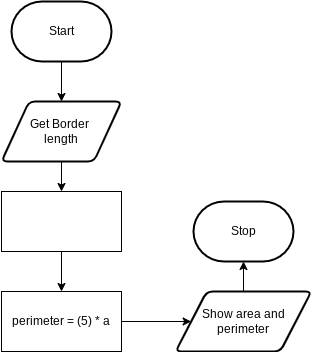
Above: design/flowchart.png in Emmanuel-Fofeyin/ICS3U-assignment1-Python (draw.io), before the change. Source tidied: cells renumbered, new cells last; positions are measured from the earlier drawing's top-left corner, leaving out a move shared by most shapes.
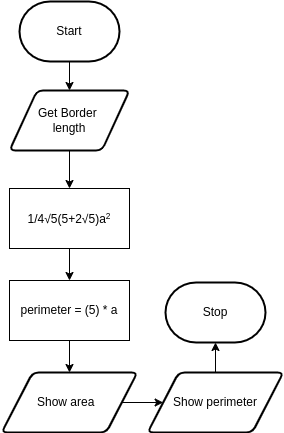
Later version of the same file.

Diff of the diagram source:
```diff
@@ -6,34 +6,40 @@
       <mxGeometry relative="1" as="geometry" />
     </mxCell>
     <mxCell id="3" value="Start" style="strokeWidth=2;html=1;shape=mxgraph.flowchart.terminator;whiteSpace=wrap;" parent="1" vertex="1">
-      <mxGeometry x="10" width="100" height="60" as="geometry" />
+      <mxGeometry x="10" y="11" width="100" height="60" as="geometry" />
     </mxCell>
-    <mxCell id="4" style="edgeStyle=none;html=1;" parent="1" edge="1" source="5" target="7">
+    <mxCell id="4" style="edgeStyle=none;html=1;entryX=0.5;entryY=0;entryDx=0;entryDy=0;" parent="1" edge="1" source="5" target="14">
       <mxGeometry relative="1" as="geometry" />
     </mxCell>
     <mxCell id="5" value="Get Border &lt;br&gt;length" style="shape=parallelogram;html=1;strokeWidth=2;perimeter=parallelogramPerimeter;whiteSpace=wrap;rounded=1;arcSize=12;size=0.23;" parent="1" vertex="1">
       <mxGeometry y="100" width="120" height="60" as="geometry" />
     </mxCell>
-    <mxCell id="6" style="edgeStyle=none;html=1;entryX=0.5;entryY=0;entryDx=0;entryDy=0;" parent="1" edge="1" source="7" target="9">
+    <mxCell id="6" style="edgeStyle=none;html=1;entryX=0.5;entryY=0;entryDx=0;entryDy=0;exitX=0.5;exitY=1;exitDx=0;exitDy=0;" parent="1" edge="1" source="14" target="9">
       <mxGeometry relative="1" as="geometry" />
     </mxCell>
-    <mxCell id="7" value="&lt;font color=&quot;#ffffff&quot;&gt;Area=&lt;br&gt;1/4&lt;span style=&quot;font-family: &amp;#34;arial&amp;#34; , sans-serif ; text-align: left&quot;&gt;√5(5+1)&lt;/span&gt;&lt;/font&gt;&lt;span style=&quot;color: rgb(255 , 255 , 255) ; font-family: &amp;#34;arial&amp;#34; , sans-serif ; text-align: left&quot;&gt;√5a&lt;sup&gt;2&lt;/sup&gt;&lt;/span&gt;" style="rounded=0;whiteSpace=wrap;html=1;" parent="1" vertex="1">
-      <mxGeometry y="190" width="120" height="60" as="geometry" />
-    </mxCell>
-    <mxCell id="8" style="edgeStyle=none;html=1;entryX=0;entryY=0.5;entryDx=0;entryDy=0;" parent="1" edge="1" source="9" target="11">
-      <mxGeometry relative="1" as="geometry" />
-    </mxCell>
+    <mxCell id="13" style="edgeStyle=none;html=1;entryX=0.5;entryY=0;entryDx=0;entryDy=0;" parent="1" edge="1" source="9" target="16">
+      <mxGeometry relative="1" as="geometry" />
+    </mxCell>
     <mxCell id="9" value="&lt;span&gt;perimeter = (5) * a&lt;/span&gt;" style="rounded=0;whiteSpace=wrap;html=1;" parent="1" vertex="1">
       <mxGeometry y="290" width="120" height="60" as="geometry" />
     </mxCell>
-    <mxCell id="10" style="edgeStyle=none;html=1;entryX=0.5;entryY=1;entryDx=0;entryDy=0;entryPerimeter=0;" parent="1" edge="1" source="11" target="12">
-      <mxGeometry relative="1" as="geometry" />
-    </mxCell>
-    <mxCell id="11" value="Show area and perimeter" style="shape=parallelogram;html=1;strokeWidth=2;perimeter=parallelogramPerimeter;whiteSpace=wrap;rounded=1;arcSize=12;size=0.23;" parent="1" vertex="1">
-      <mxGeometry x="174" y="290" width="136" height="60" as="geometry" />
-    </mxCell>
     <mxCell id="12" value="Stop" style="strokeWidth=2;html=1;shape=mxgraph.flowchart.terminator;whiteSpace=wrap;" parent="1" vertex="1">
-      <mxGeometry x="192" y="200" width="100" height="60" as="geometry" />
+      <mxGeometry x="156" y="292" width="100" height="60" as="geometry" />
     </mxCell>
+    <mxCell id="14" value="1/4√5(5+2√5)a&lt;span style=&quot;font-size: 10px&quot;&gt;&lt;sup&gt;2&lt;/sup&gt;&lt;/span&gt;" style="rounded=0;whiteSpace=wrap;html=1;" parent="1" vertex="1">
+      <mxGeometry y="198" width="120" height="60" as="geometry" />
+    </mxCell>
+    <mxCell id="15" style="edgeStyle=none;html=1;entryX=0;entryY=0.5;entryDx=0;entryDy=0;" parent="1" edge="1" source="16" target="18">
+      <mxGeometry relative="1" as="geometry" />
+    </mxCell>
+    <mxCell id="16" value="Show area&amp;nbsp;&amp;nbsp;" style="shape=parallelogram;html=1;strokeWidth=2;perimeter=parallelogramPerimeter;whiteSpace=wrap;rounded=1;arcSize=12;size=0.23;" parent="1" vertex="1">
+      <mxGeometry x="-8" y="382" width="136" height="60" as="geometry" />
+    </mxCell>
+    <mxCell id="17" style="edgeStyle=none;html=1;entryX=0.5;entryY=1;entryDx=0;entryDy=0;entryPerimeter=0;" parent="1" edge="1" source="18" target="12">
+      <mxGeometry relative="1" as="geometry" />
+    </mxCell>
+    <mxCell id="18" value="Show perimeter" style="shape=parallelogram;html=1;strokeWidth=2;perimeter=parallelogramPerimeter;whiteSpace=wrap;rounded=1;arcSize=12;size=0.23;" parent="1" vertex="1">
+      <mxGeometry x="138" y="382" width="136" height="60" as="geometry" />
+    </mxCell>
   </root>
 </mxGraphModel>
```
